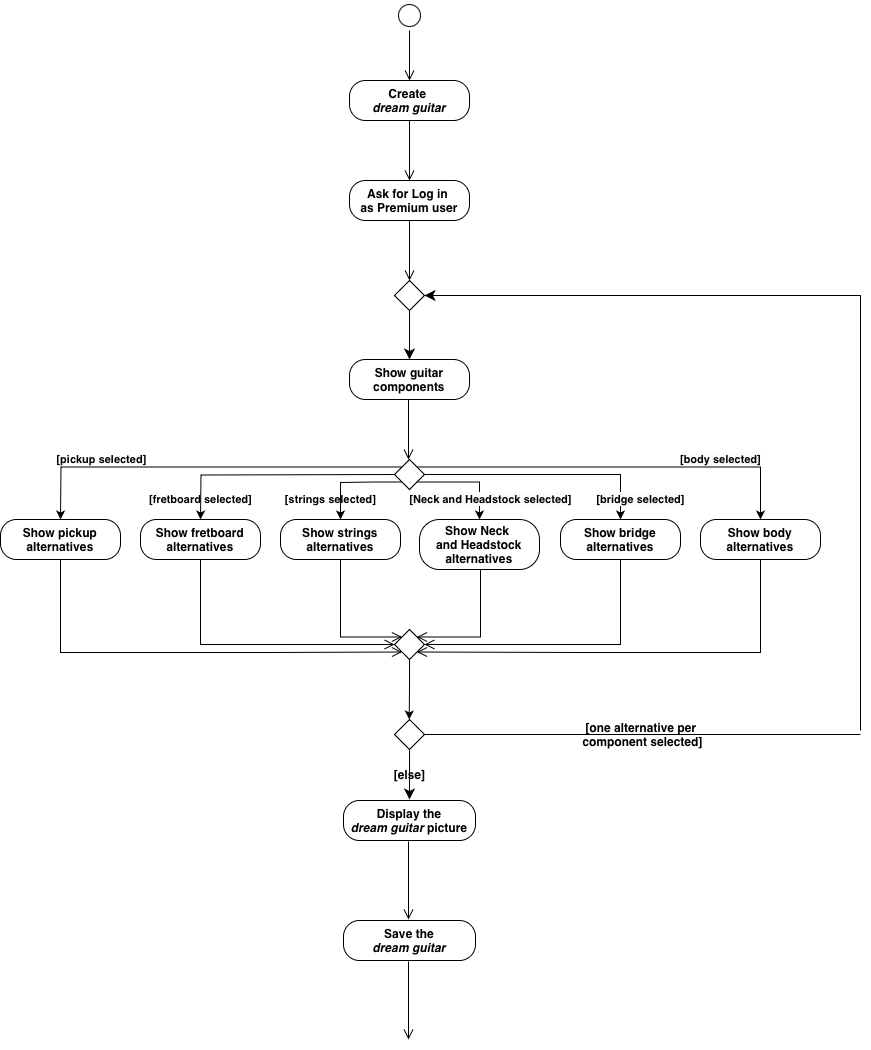
Above: ActivityDiagramT.drawio.png in TizianoLilli/ISPW-Project (draw.io), before the change. Source tidied: cells renumbered, new cells last; positions are measured from the earlier drawing's top-left corner, leaving out a move shared by most shapes.
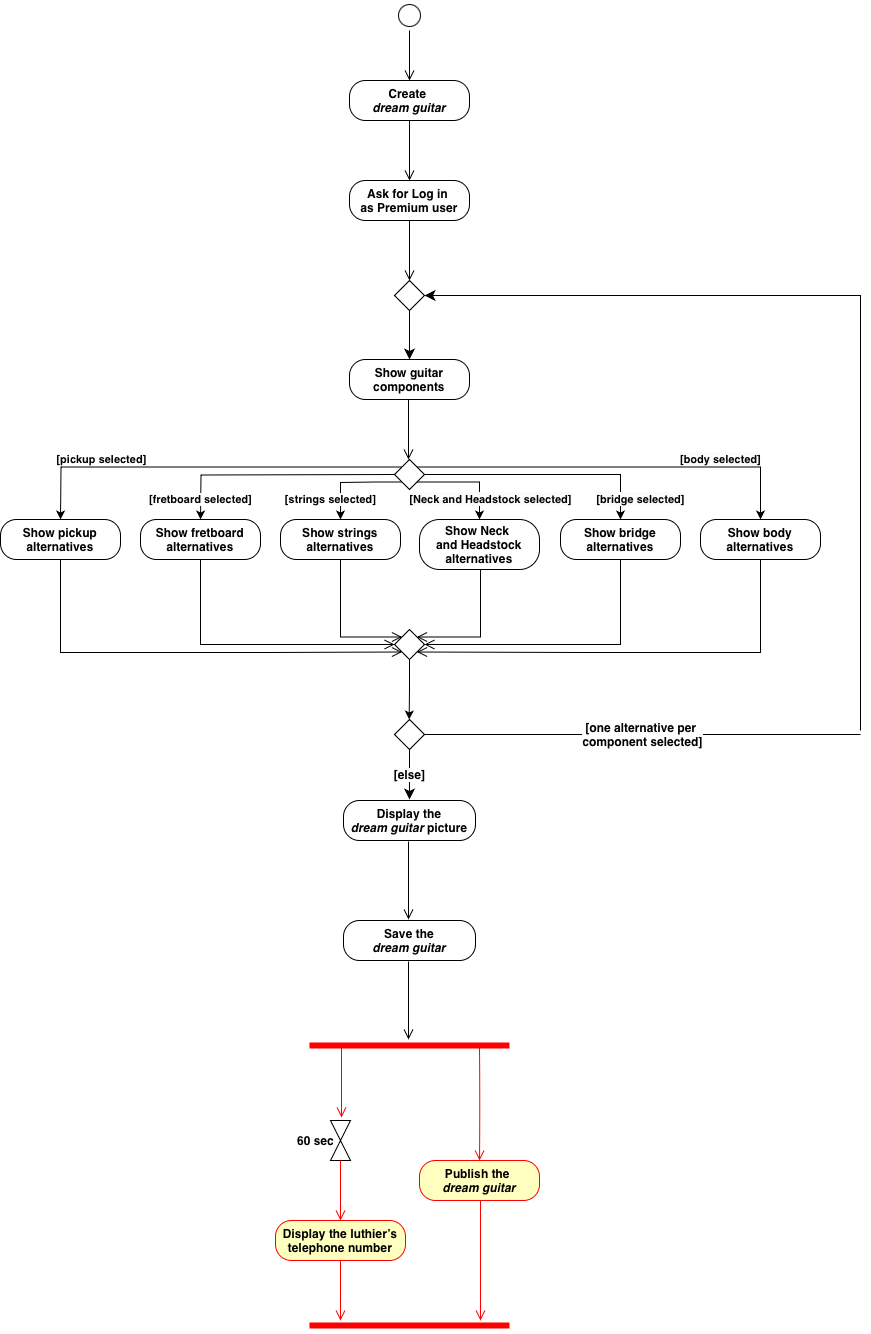
The same diagram one commit later.

Diff of the diagram source:
```diff
@@ -41,13 +41,13 @@
         <mxPoint x="408" y="459" as="targetPoint" />
       </mxGeometry>
     </mxCell>
-    <mxCell id="10" value="&lt;b style=&quot;&quot;&gt;[fretboard selected]&lt;/b&gt;" style="edgeStyle=orthogonalEdgeStyle;rounded=0;orthogonalLoop=1;jettySize=auto;html=1;exitX=0;exitY=0.5;exitDx=0;exitDy=0;entryX=0.5;entryY=0;entryDx=0;entryDy=0;labelBackgroundColor=none;fontColor=default;" parent="1" edge="1">
+    <mxCell id="10" value="&lt;b style=&quot;&quot;&gt;[fretboard selected]&lt;/b&gt;" style="edgeStyle=orthogonalEdgeStyle;rounded=0;orthogonalLoop=1;jettySize=auto;html=1;exitX=0;exitY=0.5;exitDx=0;exitDy=0;entryX=0.5;entryY=0;entryDx=0;entryDy=0;labelBackgroundColor=default;fontColor=default;labelBorderColor=none;" parent="1" edge="1">
       <mxGeometry x="0.83" relative="1" as="geometry">
         <mxPoint x="394" y="474" as="sourcePoint" />
         <mxPoint x="200" y="519" as="targetPoint" />
       </mxGeometry>
     </mxCell>
-    <mxCell id="11" value="&lt;b style=&quot;&quot;&gt;[strings selected]&lt;/b&gt;" style="edgeStyle=orthogonalEdgeStyle;rounded=0;jettySize=auto;html=1;exitX=0;exitY=1;exitDx=0;exitDy=0;entryX=0.5;entryY=0;entryDx=0;entryDy=0;labelBackgroundColor=none;fontColor=default;" parent="1" edge="1" source="16" target="25">
+    <mxCell id="11" value="&lt;b style=&quot;&quot;&gt;[strings selected]&lt;/b&gt;" style="edgeStyle=orthogonalEdgeStyle;rounded=0;jettySize=auto;html=1;exitX=0;exitY=1;exitDx=0;exitDy=0;entryX=0.5;entryY=0;entryDx=0;entryDy=0;labelBackgroundColor=default;fontColor=default;" parent="1" edge="1" source="16" target="25">
       <mxGeometry x="0.59" y="-10" relative="1" as="geometry">
         <Array as="points">
           <mxPoint x="374" y="482" />
@@ -148,12 +148,12 @@
     <mxCell id="30" style="rhombus;whiteSpace=wrap;html=1;labelBackgroundColor=none;" parent="1" vertex="1">
       <mxGeometry x="394" y="629" width="30" height="30" as="geometry" />
     </mxCell>
-    <mxCell id="31" value="[else]" style="edgeStyle=none;curved=1;rounded=0;jettySize=auto;html=1;exitX=0.5;exitY=1;exitDx=0;exitDy=0;fontSize=12;startSize=8;endSize=8;fontStyle=1;labelBackgroundColor=none;fontColor=default;" parent="1" edge="1" source="33">
+    <mxCell id="31" value="[else]" style="edgeStyle=none;curved=1;rounded=0;jettySize=auto;html=1;exitX=0.5;exitY=1;exitDx=0;exitDy=0;fontSize=12;startSize=8;endSize=8;fontStyle=1;labelBackgroundColor=default;fontColor=default;" parent="1" edge="1" source="33">
       <mxGeometry relative="1" as="geometry">
         <mxPoint x="409" y="799" as="targetPoint" />
       </mxGeometry>
     </mxCell>
-    <mxCell id="32" value="[one alternative per&amp;nbsp;&lt;div&gt;component selected]&lt;/div&gt;" style="edgeStyle=none;curved=1;rounded=0;orthogonalLoop=1;jettySize=auto;html=1;exitX=1;exitY=0.5;exitDx=0;exitDy=0;fontSize=12;startSize=8;endSize=8;fontStyle=1;endArrow=none;endFill=0;labelBackgroundColor=none;fontColor=default;" parent="1" edge="1">
+    <mxCell id="32" value="[one alternative per&amp;nbsp;&lt;div&gt;component selected]&lt;/div&gt;" style="edgeStyle=none;curved=1;rounded=0;orthogonalLoop=1;jettySize=auto;html=1;exitX=1;exitY=0.5;exitDx=0;exitDy=0;fontSize=12;startSize=8;endSize=8;fontStyle=1;endArrow=none;endFill=0;labelBackgroundColor=default;fontColor=default;" parent="1" edge="1">
       <mxGeometry relative="1" as="geometry">
         <mxPoint x="424" y="734" as="sourcePoint" />
         <mxPoint x="860" y="734" as="targetPoint" />
@@ -202,5 +202,48 @@
         </Array>
       </mxGeometry>
     </mxCell>
+    <mxCell id="41" style="shape=line;html=1;strokeWidth=6;strokeColor=#ff0000;" parent="1" vertex="1">
+      <mxGeometry x="309" y="1040" width="200" height="10" as="geometry" />
+    </mxCell>
+    <mxCell id="42" style="edgeStyle=orthogonalEdgeStyle;html=1;verticalAlign=bottom;endArrow=open;endSize=8;strokeColor=#ff0000;rounded=0;fontSize=12;curved=1;" parent="1" edge="1">
+      <mxGeometry relative="1" as="geometry">
+        <mxPoint x="341" y="1047" as="sourcePoint" />
+        <mxPoint x="341" y="1117" as="targetPoint" />
+      </mxGeometry>
+    </mxCell>
+    <mxCell id="43" style="edgeStyle=orthogonalEdgeStyle;html=1;verticalAlign=bottom;endArrow=open;endSize=8;strokeColor=#ff0000;rounded=0;fontSize=12;curved=1;entryX=0.5;entryY=0;entryDx=0;entryDy=0;" parent="1" edge="1" target="45">
+      <mxGeometry relative="1" as="geometry">
+        <mxPoint x="479" y="1047" as="sourcePoint" />
+      </mxGeometry>
+    </mxCell>
+    <mxCell id="44" value="&lt;b&gt;60 sec&lt;/b&gt;" style="shape=collate;html=1;spacingLeft=-50;" parent="1" vertex="1">
+      <mxGeometry x="330" y="1120" width="20" height="40" as="geometry" />
+    </mxCell>
+    <mxCell id="45" value="&lt;b&gt;Publish the&amp;nbsp;&lt;/b&gt;&lt;div&gt;&lt;b&gt;&lt;i&gt;dream guitar&lt;/i&gt;&lt;/b&gt;&lt;/div&gt;" style="rounded=1;whiteSpace=wrap;html=1;arcSize=40;fontColor=#000000;fillColor=#ffffc0;strokeColor=#ff0000;" parent="1" vertex="1">
+      <mxGeometry x="419" y="1160" width="120" height="40" as="geometry" />
+    </mxCell>
+    <mxCell id="46" style="edgeStyle=orthogonalEdgeStyle;html=1;verticalAlign=bottom;endArrow=open;endSize=8;strokeColor=#ff0000;rounded=0;fontSize=12;curved=1;" parent="1" edge="1">
+      <mxGeometry relative="1" as="geometry">
+        <mxPoint x="480" y="1200" as="sourcePoint" />
+        <mxPoint x="480" y="1320" as="targetPoint" />
+      </mxGeometry>
+    </mxCell>
+    <mxCell id="47" style="edgeStyle=orthogonalEdgeStyle;html=1;verticalAlign=bottom;endArrow=open;endSize=8;strokeColor=#ff0000;rounded=0;fontSize=12;curved=1;" parent="1" edge="1">
+      <mxGeometry relative="1" as="geometry">
+        <mxPoint x="340" y="1160" as="sourcePoint" />
+        <mxPoint x="340" y="1220" as="targetPoint" />
+      </mxGeometry>
+    </mxCell>
+    <mxCell id="48" value="&lt;b&gt;Display the luthier’s telephone number&lt;/b&gt;" style="rounded=1;whiteSpace=wrap;html=1;arcSize=40;fontColor=#000000;fillColor=#ffffc0;strokeColor=#ff0000;" parent="1" vertex="1">
+      <mxGeometry x="275" y="1220" width="130" height="40" as="geometry" />
+    </mxCell>
+    <mxCell id="49" style="edgeStyle=orthogonalEdgeStyle;html=1;verticalAlign=bottom;endArrow=open;endSize=8;strokeColor=#ff0000;rounded=0;fontSize=12;curved=1;" parent="1" edge="1" source="48">
+      <mxGeometry relative="1" as="geometry">
+        <mxPoint x="340" y="1320" as="targetPoint" />
+      </mxGeometry>
+    </mxCell>
+    <mxCell id="50" style="shape=line;html=1;strokeWidth=6;strokeColor=#ff0000;" parent="1" vertex="1">
+      <mxGeometry x="309" y="1320" width="200" height="10" as="geometry" />
+    </mxCell>
   </root>
 </mxGraphModel>
```
